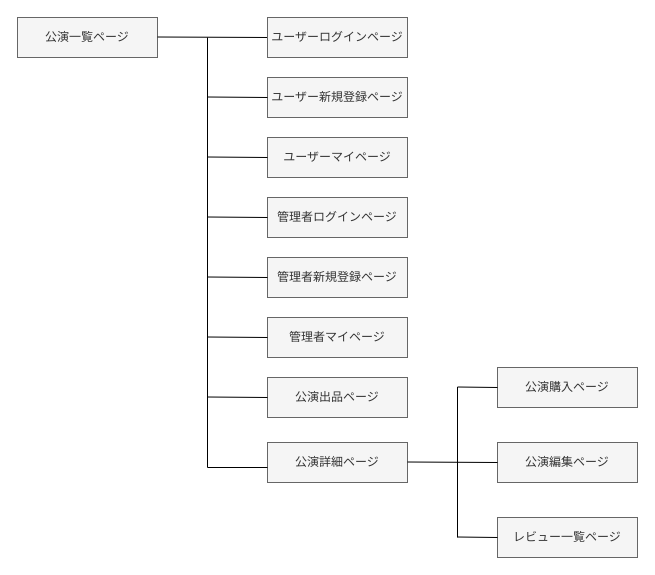
Above: 画面遷移図.dio in TakuKunimatsu/tickets (draw.io), before the change. Source tidied: cells renumbered, new cells numbered last; positions are measured from the earlier drawing's top-left corner, leaving out a move shared by most shapes. Both pictures are drawn from the tidied source at 100%, with x=0, y=0 at pixel (17, 17).
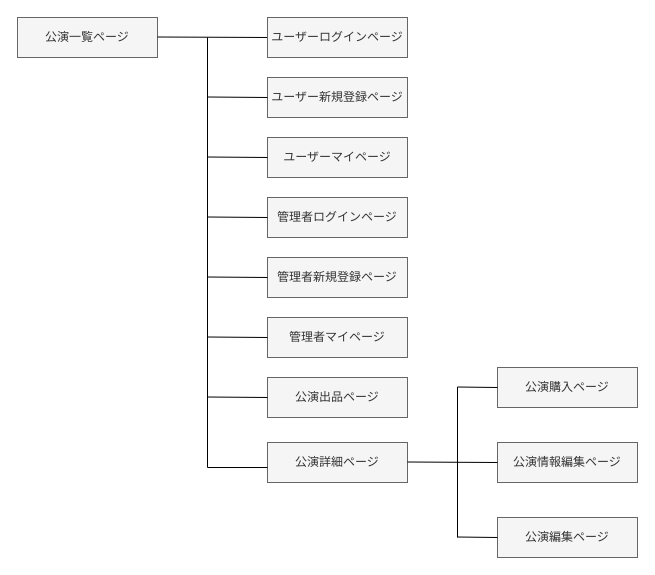
After the change.

What changed in the source:
```diff
@@
-    <mxCell id="21" value="レビュー一覧ページ" style="whiteSpace=wrap;html=1;align=center;fillColor=#f5f5f5;fontColor=#333333;strokeColor=#666666;" parent="1" vertex="1">
+    <mxCell id="21" value="公演編集ページ" style="whiteSpace=wrap;html=1;align=center;fillColor=#f5f5f5;fontColor=#333333;strokeColor=#666666;" parent="1" vertex="1">
       <mxGeometry x="480" y="500" width="140" height="40" as="geometry" />
     </mxCell>
-    <mxCell id="22" value="公演編集ページ" style="whiteSpace=wrap;html=1;align=center;fillColor=#f5f5f5;fontColor=#333333;strokeColor=#666666;" parent="1" vertex="1">
+    <mxCell id="22" value="公演情報編集ページ" style="whiteSpace=wrap;html=1;align=center;fillColor=#f5f5f5;fontColor=#333333;strokeColor=#666666;" parent="1" vertex="1">
       <mxGeometry x="480" y="425" width="140" height="40" as="geometry" />
     </mxCell>
```
